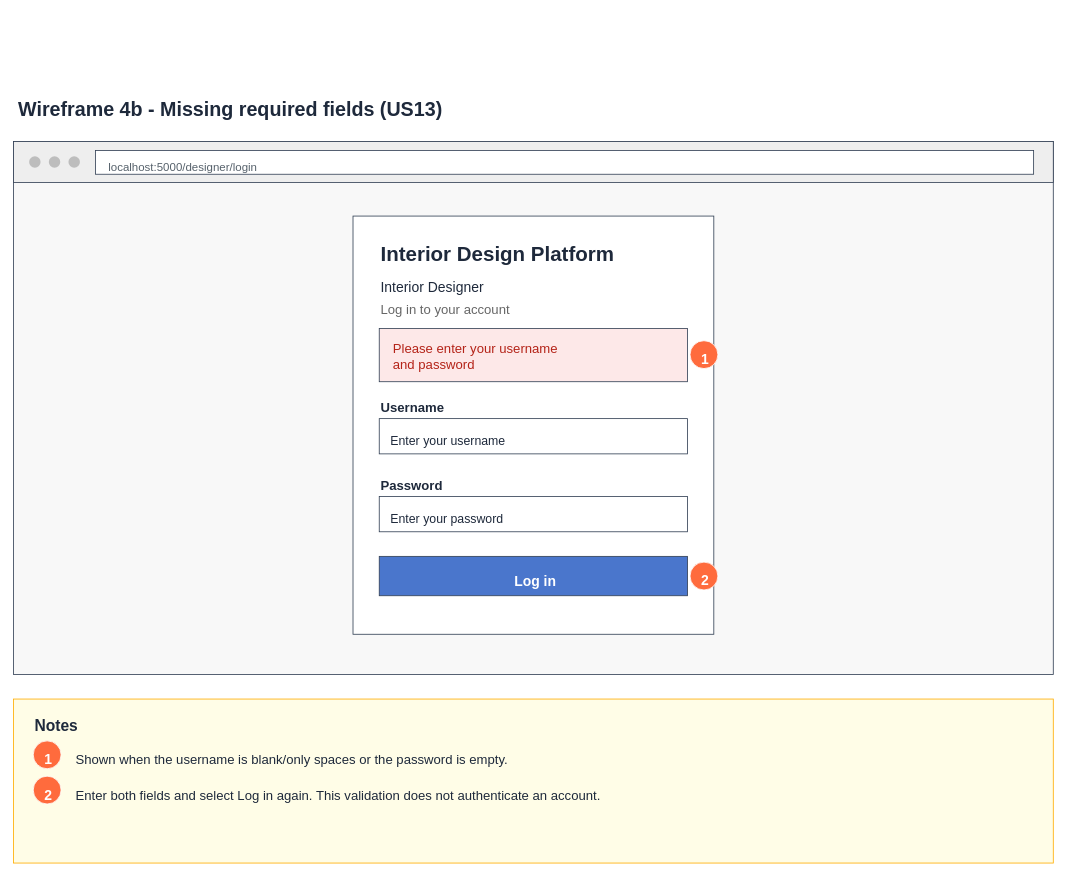
This is page "4b Wireframe - Missing required fields" (3 of 7) of Sprint_2/US13 - Interior Designer Log in/US13 Interior designer log in.drawio from Hanzxc/CSIT314-ARCHSS, a draw.io file, before an edit. Source tidied: cells renumbered, new cells numbered last; positions are measured from the earlier drawing's top-left corner, leaving out a move shared by most shapes. Both pictures are drawn from the tidied source at 82%, with x=0, y=0 at pixel (13, 91).
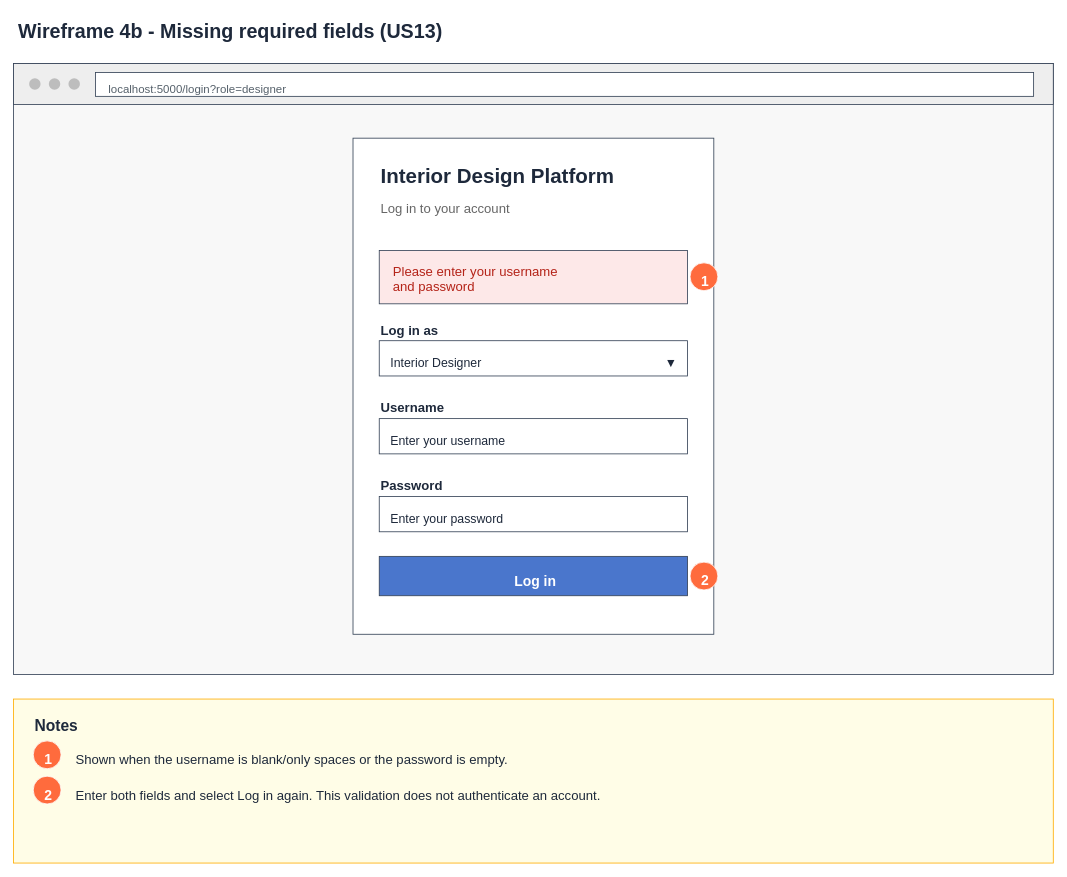
Above is the later version.

Diff of the diagram source:
```diff
@@
     <mxCell id="2" value="Wireframe 4b - Missing required fields (US13)" style="text;html=0;align=left;verticalAlign=top;fontSize=24;fontStyle=1;fontColor=#1e293b;" parent="1" vertex="1">
-      <mxGeometry x="4" width="900" height="31" as="geometry" />
+      <mxGeometry x="4" y="-95" width="900" height="31" as="geometry" />
     </mxCell>
     <mxCell id="3" style="rounded=0;whiteSpace=wrap;fillColor=#f8f8f8;strokeColor=#334155;" parent="1" vertex="1">
-      <mxGeometry y="61" width="1268" height="650" as="geometry" />
+      <mxGeometry y="-34" width="1268" height="745" as="geometry" />
     </mxCell>
     <mxCell id="4" style="rounded=0;whiteSpace=wrap;fillColor=#eeeeee;strokeColor=#334155;" parent="1" vertex="1">
-      <mxGeometry y="61" width="1268" height="50" as="geometry" />
+      <mxGeometry y="-34" width="1268" height="50" as="geometry" />
     </mxCell>
     <mxCell id="5" style="ellipse;fillColor=#bdbdbd;strokeColor=none;" parent="1" vertex="1">
-      <mxGeometry x="19" y="79" width="14" height="14" as="geometry" />
+      <mxGeometry x="19" y="-16" width="14" height="14" as="geometry" />
     </mxCell>
     <mxCell id="6" style="ellipse;fillColor=#bdbdbd;strokeColor=none;" parent="1" vertex="1">
-      <mxGeometry x="43" y="79" width="14" height="14" as="geometry" />
+      <mxGeometry x="43" y="-16" width="14" height="14" as="geometry" />
     </mxCell>
     <mxCell id="7" style="ellipse;fillColor=#bdbdbd;strokeColor=none;" parent="1" vertex="1">
-      <mxGeometry x="67" y="79" width="14" height="14" as="geometry" />
+      <mxGeometry x="67" y="-16" width="14" height="14" as="geometry" />
     </mxCell>
     <mxCell id="8" style="rounded=0;whiteSpace=wrap;fillColor=#ffffff;strokeColor=#334155;" parent="1" vertex="1">
-      <mxGeometry x="100" y="72" width="1144" height="29" as="geometry" />
+      <mxGeometry x="100" y="-23" width="1144" height="29" as="geometry" />
     </mxCell>
-    <mxCell id="9" value="localhost:5000/designer/login" style="text;html=0;align=left;verticalAlign=top;fontSize=14;fontStyle=0;fontColor=#56616b;" parent="1" vertex="1">
-      <mxGeometry x="114" y="78" width="900" height="21" as="geometry" />
+    <mxCell id="9" value="localhost:5000/login?role=designer" style="text;html=0;align=left;verticalAlign=top;fontSize=14;fontStyle=0;fontColor=#56616b;" parent="1" vertex="1">
+      <mxGeometry x="114" y="-17" width="900" height="21" as="geometry" />
     </mxCell>
     <mxCell id="10" style="rounded=0;whiteSpace=wrap;fillColor=#ffffff;strokeColor=#334155;" parent="1" vertex="1">
-      <mxGeometry x="414" y="152" width="440" height="510" as="geometry" />
+      <mxGeometry x="414" y="57" width="440" height="605" as="geometry" />
     </mxCell>
     <mxCell id="11" value="Interior Design Platform" style="text;html=0;align=left;verticalAlign=top;fontSize=25;fontStyle=1;fontColor=#1e293b;" parent="1" vertex="1">
-      <mxGeometry x="446" y="176" width="390" height="32" as="geometry" />
+      <mxGeometry x="446" y="81" width="390" height="32" as="geometry" />
     </mxCell>
-    <mxCell id="12" value="Interior Designer" style="text;html=0;align=left;verticalAlign=top;fontSize=17;fontStyle=0;fontColor=#1e293b;" parent="1" vertex="1">
-      <mxGeometry x="446" y="222" width="390" height="24" as="geometry" />
-    </mxCell>
     <mxCell id="13" value="Log in to your account" style="text;html=0;align=left;verticalAlign=top;fontSize=16;fontStyle=0;fontColor=#666666;" parent="1" vertex="1">
-      <mxGeometry x="446" y="250" width="390" height="23" as="geometry" />
+      <mxGeometry x="446" y="127" width="390" height="23" as="geometry" />
     </mxCell>
     <mxCell id="14" style="rounded=0;whiteSpace=wrap;fillColor=#fde8e8;strokeColor=#334155;" parent="1" vertex="1">
-      <mxGeometry x="446" y="289" width="376" height="65" as="geometry" />
+      <mxGeometry x="446" y="194" width="376" height="65" as="geometry" />
     </mxCell>
     <mxCell id="15" value="Please enter your username&#10;and password" style="text;html=0;align=left;verticalAlign=top;fontSize=16;fontStyle=0;fontColor=#b42318;" parent="1" vertex="1">
-      <mxGeometry x="461" y="298" width="340" height="46" as="geometry" />
+      <mxGeometry x="461" y="203" width="340" height="46" as="geometry" />
     </mxCell>
     <mxCell id="16" style="ellipse;fillColor=#ff6b3d;strokeColor=#ffffff;" parent="1" vertex="1">
-      <mxGeometry x="825" y="304" width="34" height="34" as="geometry" />
+      <mxGeometry x="825" y="209" width="34" height="34" as="geometry" />
     </mxCell>
     <mxCell id="17" value="1" style="text;html=0;align=left;verticalAlign=top;fontSize=17;fontStyle=1;fontColor=#ffffff;" parent="1" vertex="1">
-      <mxGeometry x="837" y="310" width="20" height="24" as="geometry" />
+      <mxGeometry x="837" y="215" width="20" height="24" as="geometry" />
     </mxCell>
@@
+    <mxCell id="36" value="Log in as" style="text;html=0;align=left;verticalAlign=top;fontSize=16;fontStyle=1;fontColor=#1e293b;" parent="1" vertex="1">
+      <mxGeometry x="446" y="275" width="330" height="23" as="geometry" />
+    </mxCell>
+    <mxCell id="37" style="rounded=0;whiteSpace=wrap;fillColor=#ffffff;strokeColor=#334155;" parent="1" vertex="1">
+      <mxGeometry x="446" y="304" width="376" height="43" as="geometry" />
+    </mxCell>
+    <mxCell id="12" value="Interior Designer" style="text;html=0;align=left;verticalAlign=top;fontSize=15;fontStyle=0;fontColor=#1e293b;" parent="1" vertex="1">
+      <mxGeometry x="458" y="316" width="352" height="22" as="geometry" />
+    </mxCell>
+    <mxCell id="38" value="▼" style="text;html=0;align=center;verticalAlign=top;fontSize=15;fontStyle=0;fontColor=#1e293b;" parent="1" vertex="1">
+      <mxGeometry x="792" y="316" width="20" height="22" as="geometry" />
+    </mxCell>
```
